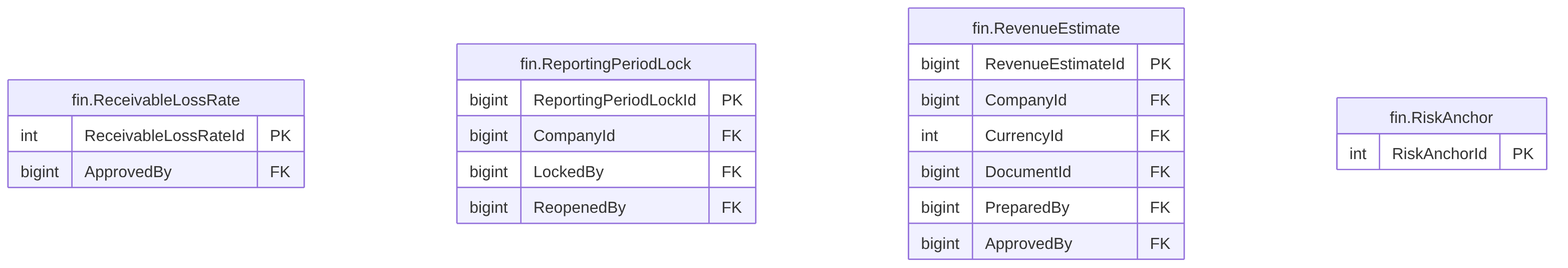
Before: treasury-platform/docs/diagrams/erd/m5_financials_11.png, a diagram exported from Mermaid (thawrasy/smartlines). Its source is kept beside it as treasury-platform/docs/diagrams/erd/m5_financials_11.mmd.
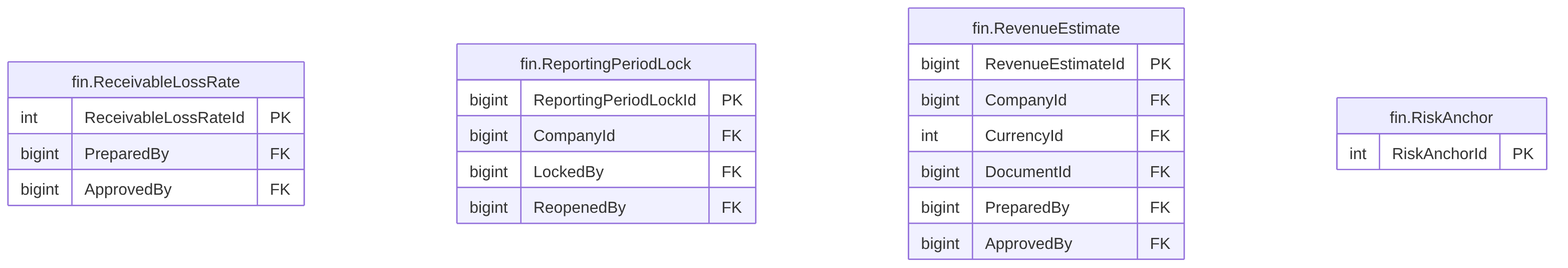
After the change.

Diff of the diagram source:
```diff
@@ -1,6 +1,7 @@
 erDiagram
   fin_ReceivableLossRate["fin.ReceivableLossRate"] {
     int ReceivableLossRateId PK
+    bigint PreparedBy FK
     bigint ApprovedBy FK
   }
   fin_ReportingPeriodLock["fin.ReportingPeriodLock"] {
```
